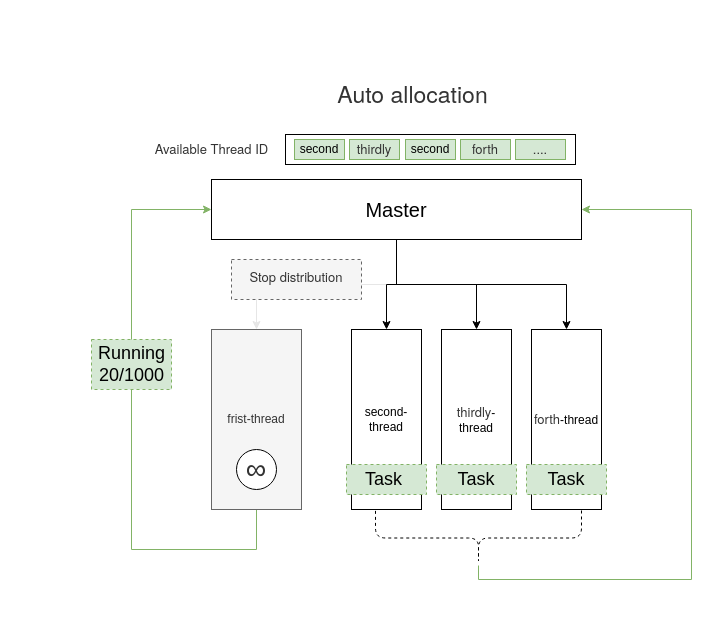
cliek/files keeps this draw.io diagram as auto allocation.drawio. Above is the earlier version. Source tidied: cells renumbered, new cells numbered last; positions are measured from the earlier drawing's top-left corner, leaving out a move shared by most shapes. Both pictures are drawn from the tidied source at 100%, with x=0, y=0 at pixel (91, 79).
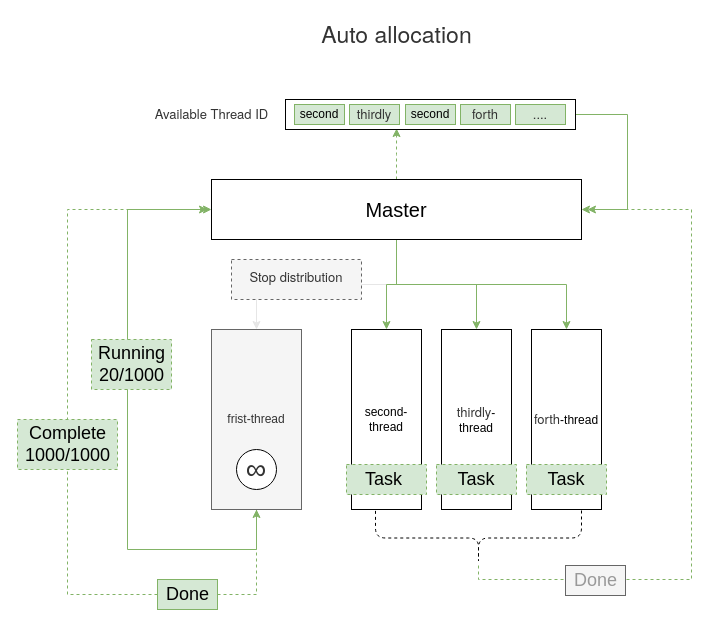
After the change.

Unchanged cells that the change refers to:
```xml
<mxCell id="3" value="frist-thread" style="rounded=0;whiteSpace=wrap;html=1;fillColor=#f5f5f5;strokeColor=#666666;fontColor=#333333;" parent="1" vertex="1">
  <mxGeometry x="120" y="250" width="90" height="180" as="geometry" />
</mxCell>
<mxCell id="8" value="&lt;font style=&quot;font-size: 20px;&quot;&gt;Master&lt;/font&gt;" style="rounded=0;whiteSpace=wrap;html=1;fontSize=20;" parent="1" vertex="1">
  <mxGeometry x="120" y="100" width="370" height="60" as="geometry" />
</mxCell>
<mxCell id="11" value="second-thread" style="rounded=0;whiteSpace=wrap;html=1;" parent="1" vertex="1">
  <mxGeometry x="260" y="250" width="70" height="180" as="geometry" />
</mxCell>
<mxCell id="12" value="&lt;span style=&quot;color: rgb(51 , 51 , 51) ; font-family: &amp;#34;helvetica neue&amp;#34; , &amp;#34;helvetica&amp;#34; , &amp;#34;arial&amp;#34; , &amp;#34;hiragino sans gb&amp;#34; , &amp;#34;hiragino sans gb w3&amp;#34; , &amp;#34;microsoft yahei ui&amp;#34; , &amp;#34;microsoft yahei&amp;#34; , sans-serif ; font-size: 13px ; text-align: left&quot;&gt;thirdly&lt;/span&gt;-thread" style="rounded=0;whiteSpace=wrap;html=1;" parent="1" vertex="1">
  <mxGeometry x="350" y="250" width="70" height="180" as="geometry" />
</mxCell>
<mxCell id="13" value="&lt;span style=&quot;color: rgb(51 , 51 , 51) ; font-family: &amp;#34;helvetica neue&amp;#34; , &amp;#34;helvetica&amp;#34; , &amp;#34;arial&amp;#34; , &amp;#34;hiragino sans gb&amp;#34; , &amp;#34;hiragino sans gb w3&amp;#34; , &amp;#34;microsoft yahei ui&amp;#34; , &amp;#34;microsoft yahei&amp;#34; , sans-serif ; font-size: 13px ; text-align: left&quot;&gt;forth&lt;/span&gt;-thread" style="rounded=0;whiteSpace=wrap;html=1;" parent="1" vertex="1">
  <mxGeometry x="440" y="250" width="70" height="180" as="geometry" />
</mxCell>
<mxCell id="19" style="shape=curlyBracket;whiteSpace=wrap;html=1;rounded=1;flipH=1;dashed=1;fontSize=18;direction=north;" parent="1" vertex="1">
  <mxGeometry x="284" y="431" width="206" height="55" as="geometry" />
</mxCell>
```

Diff of the diagram source:
```diff
@@
-    <mxCell id="2" style="edgeStyle=orthogonalEdgeStyle;rounded=0;jettySize=auto;html=1;fontSize=23;entryX=0;entryY=0.5;entryDx=0;entryDy=0;exitX=0.5;exitY=1;exitDx=0;exitDy=0;exitPerimeter=0;fillColor=#d5e8d4;strokeColor=#82b366;" parent="1" edge="1" source="3" target="8">
+    <mxCell id="2" style="edgeStyle=orthogonalEdgeStyle;rounded=0;jettySize=auto;html=1;fontSize=23;exitX=0.5;exitY=1;exitDx=0;exitDy=0;exitPerimeter=0;fillColor=#d5e8d4;strokeColor=#82b366;entryX=0;entryY=0.5;entryDx=0;entryDy=0;" parent="1" edge="1" source="3" target="8">
       <mxGeometry relative="1" as="geometry">
         <Array as="points">
           <mxPoint x="165" y="470" />
-          <mxPoint x="40" y="470" />
-          <mxPoint x="40" y="130" />
+          <mxPoint x="36" y="470" />
+          <mxPoint x="36" y="130" />
         </Array>
       </mxGeometry>
     </mxCell>
@@
-    <mxCell id="5" style="edgeStyle=orthogonalEdgeStyle;rounded=0;jettySize=auto;html=1;entryX=0.5;entryY=0;entryDx=0;entryDy=0;fontSize=23;" parent="1" edge="1" source="8" target="11">
+    <mxCell id="5" style="edgeStyle=orthogonalEdgeStyle;rounded=0;jettySize=auto;html=1;entryX=0.5;entryY=0;entryDx=0;entryDy=0;fontSize=23;fillColor=#d5e8d4;strokeColor=#82b366;" parent="1" edge="1" source="8" target="11">
       <mxGeometry relative="1" as="geometry" />
     </mxCell>
-    <mxCell id="6" style="edgeStyle=orthogonalEdgeStyle;rounded=0;jettySize=auto;html=1;entryX=0.5;entryY=0;entryDx=0;entryDy=0;fontSize=23;" parent="1" edge="1" source="8" target="12">
+    <mxCell id="6" style="edgeStyle=orthogonalEdgeStyle;rounded=0;jettySize=auto;html=1;entryX=0.5;entryY=0;entryDx=0;entryDy=0;fontSize=23;fillColor=#d5e8d4;strokeColor=#82b366;" parent="1" edge="1" source="8" target="12">
       <mxGeometry relative="1" as="geometry" />
     </mxCell>
-    <mxCell id="7" style="edgeStyle=orthogonalEdgeStyle;rounded=0;jettySize=auto;html=1;entryX=0.5;entryY=0;entryDx=0;entryDy=0;fontSize=23;" parent="1" edge="1" source="8" target="13">
+    <mxCell id="7" style="edgeStyle=orthogonalEdgeStyle;rounded=0;jettySize=auto;html=1;entryX=0.5;entryY=0;entryDx=0;entryDy=0;fontSize=23;fillColor=#d5e8d4;strokeColor=#82b366;" parent="1" edge="1" source="8" target="13">
       <mxGeometry relative="1" as="geometry" />
     </mxCell>
+    <mxCell id="28" style="edgeStyle=orthogonalEdgeStyle;rounded=0;jettySize=auto;html=1;entryX=0.383;entryY=0.967;entryDx=0;entryDy=0;entryPerimeter=0;dashed=1;fontSize=18;strokeColor=#82b366;fillColor=#d5e8d4;" parent="1" edge="1" source="8" target="22">
+      <mxGeometry relative="1" as="geometry" />
+    </mxCell>
@@
     <mxCell id="10" value="&lt;span style=&quot;color: rgb(51 , 51 , 51) ; font-family: &amp;#34;helvetica neue&amp;#34; , &amp;#34;helvetica&amp;#34; , &amp;#34;arial&amp;#34; , &amp;#34;hiragino sans gb&amp;#34; , &amp;#34;hiragino sans gb w3&amp;#34; , &amp;#34;microsoft yahei ui&amp;#34; , &amp;#34;microsoft yahei&amp;#34; , sans-serif ; font-size: 23px&quot;&gt;Auto allocation&lt;/span&gt;" style="text;html=1;align=center;verticalAlign=middle;fillColor=none;strokeColor=none;rounded=0;fontSize=23;" parent="1" vertex="1">
-      <mxGeometry x="236" width="170" height="30" as="geometry" />
+      <mxGeometry x="220" y="-60" width="170" height="30" as="geometry" />
     </mxCell>
@@
-    <mxCell id="18" style="edgeStyle=orthogonalEdgeStyle;rounded=0;jettySize=auto;html=1;fontSize=18;strokeColor=#82b366;entryX=1;entryY=0.5;entryDx=0;entryDy=0;fillColor=#d5e8d4;" parent="1" edge="1" source="19" target="8">
+    <mxCell id="18" style="edgeStyle=orthogonalEdgeStyle;rounded=0;jettySize=auto;html=1;fontSize=18;strokeColor=#82b366;entryX=1;entryY=0.5;entryDx=0;entryDy=0;fillColor=#d5e8d4;dashed=1;" parent="1" edge="1" source="19" target="8">
       <mxGeometry relative="1" as="geometry">
         <Array as="points">
           <mxPoint x="387" y="500" />
           <mxPoint x="600" y="500" />
           <mxPoint x="600" y="130" />
         </Array>
       </mxGeometry>
     </mxCell>
@@
     <mxCell id="21" value="&lt;span style=&quot;color: rgb(51 , 51 , 51) ; font-family: &amp;#34;helvetica neue&amp;#34; , &amp;#34;helvetica&amp;#34; , &amp;#34;arial&amp;#34; , &amp;#34;hiragino sans gb&amp;#34; , &amp;#34;hiragino sans gb w3&amp;#34; , &amp;#34;microsoft yahei ui&amp;#34; , &amp;#34;microsoft yahei&amp;#34; , sans-serif ; font-size: 13px ; text-align: left&quot;&gt;Available Thread ID&lt;/span&gt;" style="text;html=1;align=center;verticalAlign=middle;strokeColor=none;" parent="1" vertex="1">
-      <mxGeometry x="55" y="60" width="130" height="20" as="geometry" />
+      <mxGeometry x="55" y="25" width="130" height="20" as="geometry" />
     </mxCell>
+    <mxCell id="29" style="edgeStyle=orthogonalEdgeStyle;rounded=0;jettySize=auto;html=1;fontSize=18;strokeColor=#82b366;fillColor=#d5e8d4;" parent="1" edge="1" source="22">
+      <mxGeometry relative="1" as="geometry">
+        <mxPoint x="496" y="130" as="targetPoint" />
+        <Array as="points">
+          <mxPoint x="536" y="35" />
+          <mxPoint x="536" y="130" />
+        </Array>
+      </mxGeometry>
+    </mxCell>
     <mxCell id="22" style="rounded=0;whiteSpace=wrap;html=1;" parent="1" vertex="1">
-      <mxGeometry x="194" y="55" width="290" height="30" as="geometry" />
+      <mxGeometry x="194" y="20" width="290" height="30" as="geometry" />
     </mxCell>
     <mxCell id="23" value="&lt;span&gt;second&lt;/span&gt;" style="rounded=0;whiteSpace=wrap;html=1;fillColor=#d5e8d4;strokeColor=#82b366;" parent="1" vertex="1">
-      <mxGeometry x="203" y="60" width="50" height="20" as="geometry" />
+      <mxGeometry x="203" y="25" width="50" height="20" as="geometry" />
     </mxCell>
     <mxCell id="24" value="&lt;span style=&quot;color: rgb(51 , 51 , 51) ; font-family: &amp;#34;helvetica neue&amp;#34; , &amp;#34;helvetica&amp;#34; , &amp;#34;arial&amp;#34; , &amp;#34;hiragino sans gb&amp;#34; , &amp;#34;hiragino sans gb w3&amp;#34; , &amp;#34;microsoft yahei ui&amp;#34; , &amp;#34;microsoft yahei&amp;#34; , sans-serif ; font-size: 13px ; text-align: left&quot;&gt;thirdly&lt;/span&gt;" style="rounded=0;whiteSpace=wrap;html=1;fillColor=#d5e8d4;strokeColor=#82b366;" parent="1" vertex="1">
-      <mxGeometry x="258" y="60" width="50" height="20" as="geometry" />
+      <mxGeometry x="258" y="25" width="50" height="20" as="geometry" />
     </mxCell>
     <mxCell id="25" value="&lt;span&gt;second&lt;/span&gt;" style="rounded=0;whiteSpace=wrap;html=1;fillColor=#d5e8d4;strokeColor=#82b366;" parent="1" vertex="1">
-      <mxGeometry x="314" y="60" width="50" height="20" as="geometry" />
+      <mxGeometry x="314" y="25" width="50" height="20" as="geometry" />
     </mxCell>
     <mxCell id="26" value="&lt;span style=&quot;color: rgb(51 , 51 , 51) ; font-family: &amp;#34;helvetica neue&amp;#34; , &amp;#34;helvetica&amp;#34; , &amp;#34;arial&amp;#34; , &amp;#34;hiragino sans gb&amp;#34; , &amp;#34;hiragino sans gb w3&amp;#34; , &amp;#34;microsoft yahei ui&amp;#34; , &amp;#34;microsoft yahei&amp;#34; , sans-serif ; font-size: 13px ; text-align: left&quot;&gt;forth&lt;/span&gt;" style="rounded=0;whiteSpace=wrap;html=1;fillColor=#d5e8d4;strokeColor=#82b366;" parent="1" vertex="1">
-      <mxGeometry x="369" y="60" width="50" height="20" as="geometry" />
+      <mxGeometry x="369" y="25" width="50" height="20" as="geometry" />
     </mxCell>
     <mxCell id="27" value="&lt;span style=&quot;color: rgb(51 , 51 , 51) ; font-family: &amp;#34;helvetica neue&amp;#34; , &amp;#34;helvetica&amp;#34; , &amp;#34;arial&amp;#34; , &amp;#34;hiragino sans gb&amp;#34; , &amp;#34;hiragino sans gb w3&amp;#34; , &amp;#34;microsoft yahei ui&amp;#34; , &amp;#34;microsoft yahei&amp;#34; , sans-serif ; font-size: 13px ; text-align: left&quot;&gt;....&lt;/span&gt;" style="rounded=0;whiteSpace=wrap;html=1;fillColor=#d5e8d4;strokeColor=#82b366;" parent="1" vertex="1">
-      <mxGeometry x="424" y="60" width="50" height="20" as="geometry" />
+      <mxGeometry x="424" y="25" width="50" height="20" as="geometry" />
     </mxCell>
+    <mxCell id="30" style="edgeStyle=orthogonalEdgeStyle;rounded=0;jettySize=auto;html=1;fontSize=18;strokeColor=#82b366;fillColor=#d5e8d4;dashed=1;" parent="1" edge="1" source="32" target="3">
+      <mxGeometry relative="1" as="geometry">
+        <Array as="points">
+          <mxPoint x="165" y="515" />
+        </Array>
+      </mxGeometry>
+    </mxCell>
+    <mxCell id="31" style="edgeStyle=orthogonalEdgeStyle;rounded=0;jettySize=auto;html=1;dashed=1;fontSize=18;strokeColor=#82b366;fillColor=#d5e8d4;" parent="1" edge="1" source="32">
+      <mxGeometry relative="1" as="geometry">
+        <mxPoint x="116" y="130" as="targetPoint" />
+        <Array as="points">
+          <mxPoint x="-24" y="515" />
+          <mxPoint x="-24" y="130" />
+          <mxPoint x="76" y="130" />
+        </Array>
+      </mxGeometry>
+    </mxCell>
+    <mxCell id="32" value="Done" style="text;html=1;align=center;verticalAlign=middle;points=[];rounded=0;fontSize=18;fillColor=#d5e8d4;strokeColor=#82b366;" parent="1" vertex="1">
+      <mxGeometry x="66" y="500" width="60" height="30" as="geometry" />
+    </mxCell>
+    <mxCell id="33" value="Complete&lt;br style=&quot;font-size: 18px&quot;&gt;1000/1000" style="text;html=1;align=center;verticalAlign=middle;fillColor=#d5e8d4;strokeColor=#82b366;rounded=0;fontSize=18;dashed=1;" parent="1" vertex="1">
+      <mxGeometry x="-74" y="340" width="100" height="50" as="geometry" />
+    </mxCell>
+    <mxCell id="34" value="Done" style="text;html=1;align=center;verticalAlign=middle;rounded=0;fontSize=18;fillColor=#f5f5f5;strokeColor=#666666;fontColor=#999999;" parent="1" vertex="1">
+      <mxGeometry x="474" y="486" width="60" height="30" as="geometry" />
+    </mxCell>
```
